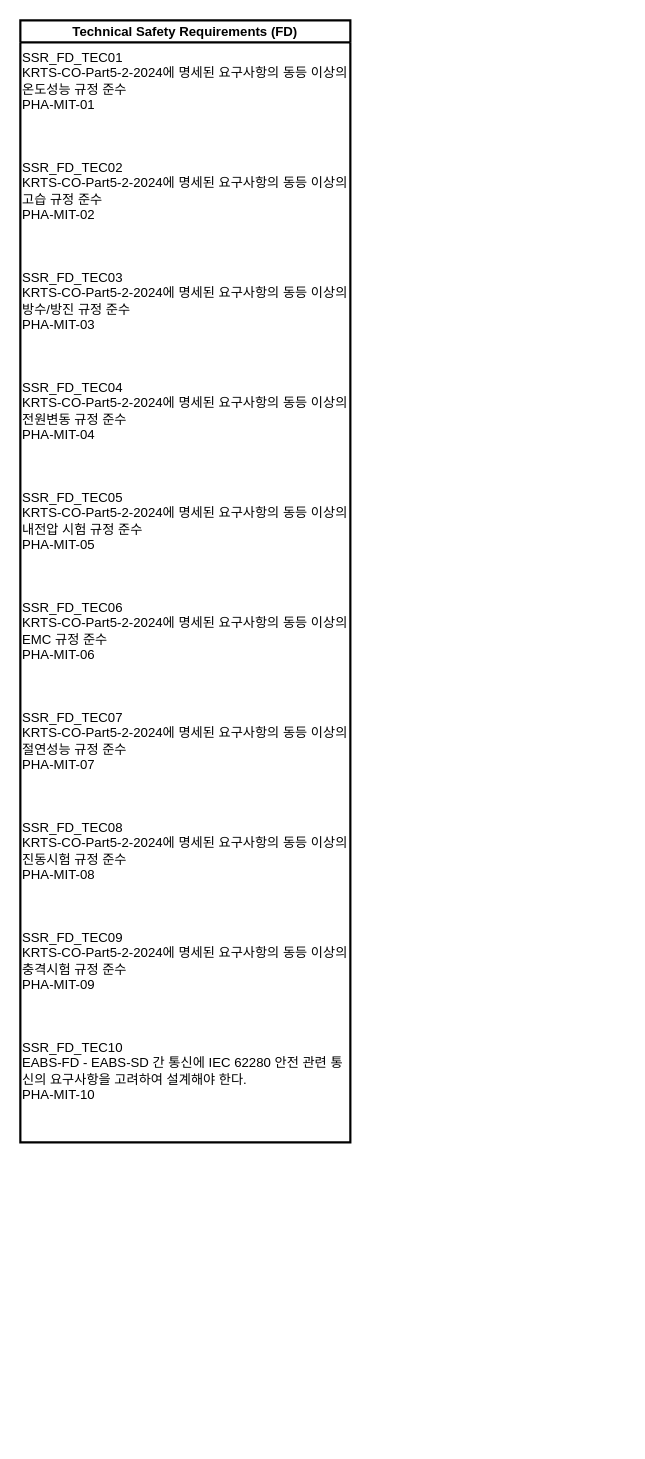
Earlier version of the draw.io diagram page "Technical Safety Requirements (FD)" (3 of 6) of EABS_SIL4/FCPU/SRS_to_Block_Diagram00.drawio (chillin2/MyDraw.io). Source tidied: cells renumbered, new cells numbered last; positions are measured from the earlier drawing's top-left corner, leaving out a move shared by most shapes. Both pictures are drawn from the tidied source at 110%, with x=0, y=0 at pixel (20, 20).
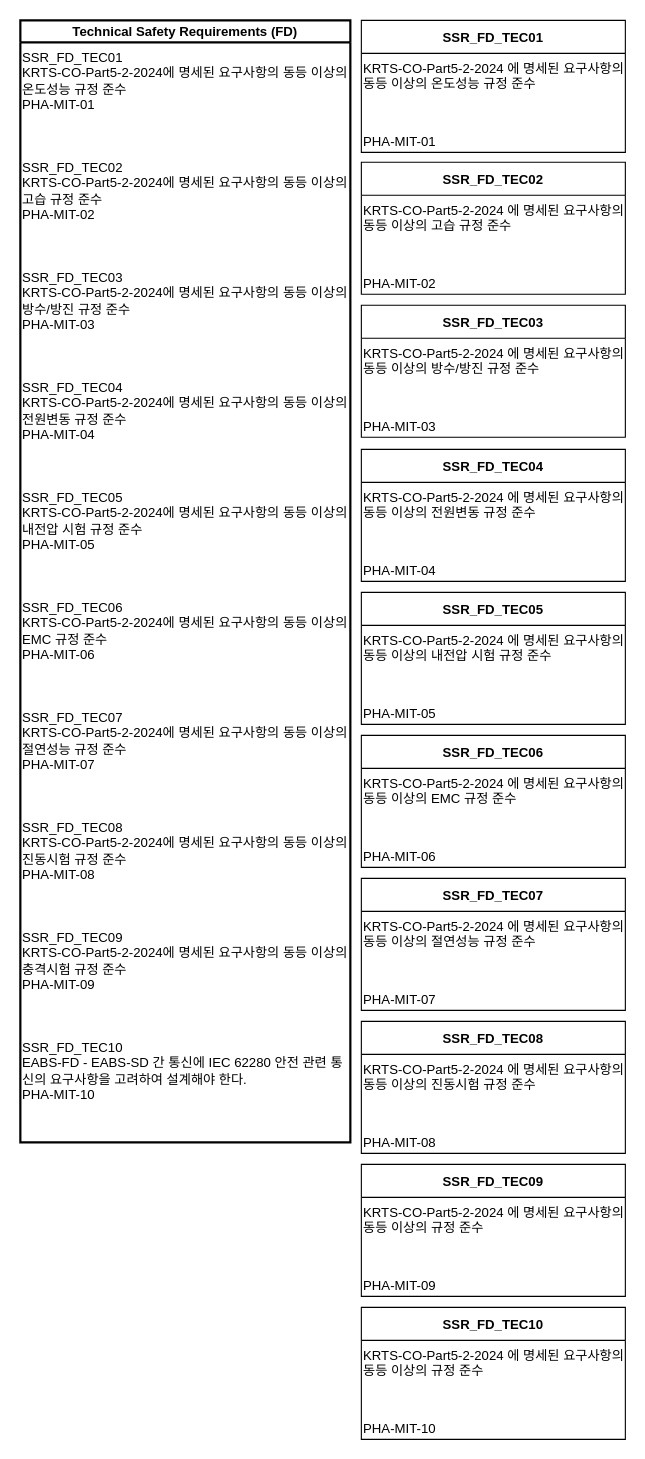
After the change.

What changed in the source:
```diff
@@
+    <mxCell id="13" value="SSR_FD_TEC01" style="swimlane;horizontal=1;startSize=30;" parent="1" vertex="1">
+      <mxGeometry x="310" width="240" height="120" as="geometry" />
+    </mxCell>
+    <mxCell id="14" value="KRTS-CO-Part5-2-2024 에 명세된 요구사항의 동등 이상의 온도성능 규정 준수" style="text;strokeColor=none;fillColor=none;whiteSpace=wrap;" parent="13" vertex="1">
+      <mxGeometry y="30" width="240" height="60" as="geometry" />
+    </mxCell>
+    <mxCell id="15" value="PHA-MIT-01" style="text;strokeColor=none;fillColor=none;whiteSpace=wrap;verticalAlign=bottom;" parent="13" vertex="1">
+      <mxGeometry y="90" width="240" height="30" as="geometry" />
+    </mxCell>
+    <mxCell id="16" value="SSR_FD_TEC02" style="swimlane;horizontal=1;startSize=30;" parent="1" vertex="1">
+      <mxGeometry x="310" y="129" width="240" height="120" as="geometry" />
+    </mxCell>
+    <mxCell id="17" value="KRTS-CO-Part5-2-2024 에 명세된 요구사항의 동등 이상의 고습 규정 준수" style="text;strokeColor=none;fillColor=none;whiteSpace=wrap;" parent="16" vertex="1">
+      <mxGeometry y="30" width="240" height="60" as="geometry" />
+    </mxCell>
+    <mxCell id="18" value="PHA-MIT-02" style="text;strokeColor=none;fillColor=none;whiteSpace=wrap;verticalAlign=bottom;" parent="16" vertex="1">
+      <mxGeometry y="90" width="240" height="30" as="geometry" />
+    </mxCell>
+    <mxCell id="19" value="SSR_FD_TEC03" style="swimlane;horizontal=1;startSize=30;" parent="1" vertex="1">
+      <mxGeometry x="310" y="259" width="240" height="120" as="geometry" />
+    </mxCell>
+    <mxCell id="20" value="KRTS-CO-Part5-2-2024 에 명세된 요구사항의 동등 이상의 방수/방진 규정 준수" style="text;strokeColor=none;fillColor=none;whiteSpace=wrap;" parent="19" vertex="1">
+      <mxGeometry y="30" width="240" height="60" as="geometry" />
+    </mxCell>
+    <mxCell id="21" value="PHA-MIT-03" style="text;strokeColor=none;fillColor=none;whiteSpace=wrap;verticalAlign=bottom;" parent="19" vertex="1">
+      <mxGeometry y="90" width="240" height="30" as="geometry" />
+    </mxCell>
+    <mxCell id="22" value="SSR_FD_TEC04" style="swimlane;horizontal=1;startSize=30;" parent="1" vertex="1">
+      <mxGeometry x="310" y="390" width="240" height="120" as="geometry" />
+    </mxCell>
+    <mxCell id="23" value="KRTS-CO-Part5-2-2024 에 명세된 요구사항의 동등 이상의 전원변동 규정 준수" style="text;strokeColor=none;fillColor=none;whiteSpace=wrap;" parent="22" vertex="1">
+      <mxGeometry y="30" width="240" height="60" as="geometry" />
+    </mxCell>
+    <mxCell id="24" value="PHA-MIT-04" style="text;strokeColor=none;fillColor=none;whiteSpace=wrap;verticalAlign=bottom;" parent="22" vertex="1">
+      <mxGeometry y="90" width="240" height="30" as="geometry" />
+    </mxCell>
+    <mxCell id="25" value="SSR_FD_TEC05" style="swimlane;horizontal=1;startSize=30;" parent="1" vertex="1">
+      <mxGeometry x="310" y="520" width="240" height="120" as="geometry" />
+    </mxCell>
+    <mxCell id="26" value="KRTS-CO-Part5-2-2024 에 명세된 요구사항의 동등 이상의 내전압 시험 규정 준수" style="text;strokeColor=none;fillColor=none;whiteSpace=wrap;" parent="25" vertex="1">
+      <mxGeometry y="30" width="240" height="60" as="geometry" />
+    </mxCell>
+    <mxCell id="27" value="PHA-MIT-05" style="text;strokeColor=none;fillColor=none;whiteSpace=wrap;verticalAlign=bottom;" parent="25" vertex="1">
+      <mxGeometry y="90" width="240" height="30" as="geometry" />
+    </mxCell>
+    <mxCell id="28" value="SSR_FD_TEC06" style="swimlane;horizontal=1;startSize=30;" parent="1" vertex="1">
+      <mxGeometry x="310" y="650" width="240" height="120" as="geometry" />
+    </mxCell>
+    <mxCell id="29" value="KRTS-CO-Part5-2-2024 에 명세된 요구사항의 동등 이상의 EMC 규정 준수" style="text;strokeColor=none;fillColor=none;whiteSpace=wrap;" parent="28" vertex="1">
+      <mxGeometry y="30" width="240" height="60" as="geometry" />
+    </mxCell>
+    <mxCell id="30" value="PHA-MIT-06" style="text;strokeColor=none;fillColor=none;whiteSpace=wrap;verticalAlign=bottom;" parent="28" vertex="1">
+      <mxGeometry y="90" width="240" height="30" as="geometry" />
+    </mxCell>
+    <mxCell id="31" value="SSR_FD_TEC07" style="swimlane;horizontal=1;startSize=30;" parent="1" vertex="1">
+      <mxGeometry x="310" y="780" width="240" height="120" as="geometry" />
+    </mxCell>
+    <mxCell id="32" value="KRTS-CO-Part5-2-2024 에 명세된 요구사항의 동등 이상의 절연성능 규정 준수" style="text;strokeColor=none;fillColor=none;whiteSpace=wrap;" parent="31" vertex="1">
+      <mxGeometry y="30" width="240" height="60" as="geometry" />
+    </mxCell>
+    <mxCell id="33" value="PHA-MIT-07" style="text;strokeColor=none;fillColor=none;whiteSpace=wrap;verticalAlign=bottom;" parent="31" vertex="1">
+      <mxGeometry y="90" width="240" height="30" as="geometry" />
+    </mxCell>
+    <mxCell id="34" value="SSR_FD_TEC08" style="swimlane;horizontal=1;startSize=30;" parent="1" vertex="1">
+      <mxGeometry x="310" y="910" width="240" height="120" as="geometry" />
+    </mxCell>
+    <mxCell id="35" value="KRTS-CO-Part5-2-2024 에 명세된 요구사항의 동등 이상의 진동시험 규정 준수" style="text;strokeColor=none;fillColor=none;whiteSpace=wrap;" parent="34" vertex="1">
+      <mxGeometry y="30" width="240" height="60" as="geometry" />
+    </mxCell>
+    <mxCell id="36" value="PHA-MIT-08" style="text;strokeColor=none;fillColor=none;whiteSpace=wrap;verticalAlign=bottom;" parent="34" vertex="1">
+      <mxGeometry y="90" width="240" height="30" as="geometry" />
+    </mxCell>
+    <mxCell id="37" value="SSR_FD_TEC09" style="swimlane;horizontal=1;startSize=30;" parent="1" vertex="1">
+      <mxGeometry x="310" y="1040" width="240" height="120" as="geometry" />
+    </mxCell>
+    <mxCell id="38" value="KRTS-CO-Part5-2-2024 에 명세된 요구사항의 동등 이상의 규정 준수" style="text;strokeColor=none;fillColor=none;whiteSpace=wrap;" parent="37" vertex="1">
+      <mxGeometry y="30" width="240" height="60" as="geometry" />
+    </mxCell>
+    <mxCell id="39" value="PHA-MIT-09" style="text;strokeColor=none;fillColor=none;whiteSpace=wrap;verticalAlign=bottom;" parent="37" vertex="1">
+      <mxGeometry y="90" width="240" height="30" as="geometry" />
+    </mxCell>
+    <mxCell id="40" value="SSR_FD_TEC10" style="swimlane;horizontal=1;startSize=30;" parent="1" vertex="1">
+      <mxGeometry x="310" y="1170" width="240" height="120" as="geometry" />
+    </mxCell>
+    <mxCell id="41" value="KRTS-CO-Part5-2-2024 에 명세된 요구사항의 동등 이상의 규정 준수" style="text;strokeColor=none;fillColor=none;whiteSpace=wrap;" parent="40" vertex="1">
+      <mxGeometry y="30" width="240" height="60" as="geometry" />
+    </mxCell>
+    <mxCell id="42" value="PHA-MIT-10" style="text;strokeColor=none;fillColor=none;whiteSpace=wrap;verticalAlign=bottom;" parent="40" vertex="1">
+      <mxGeometry y="90" width="240" height="30" as="geometry" />
+    </mxCell>
```
